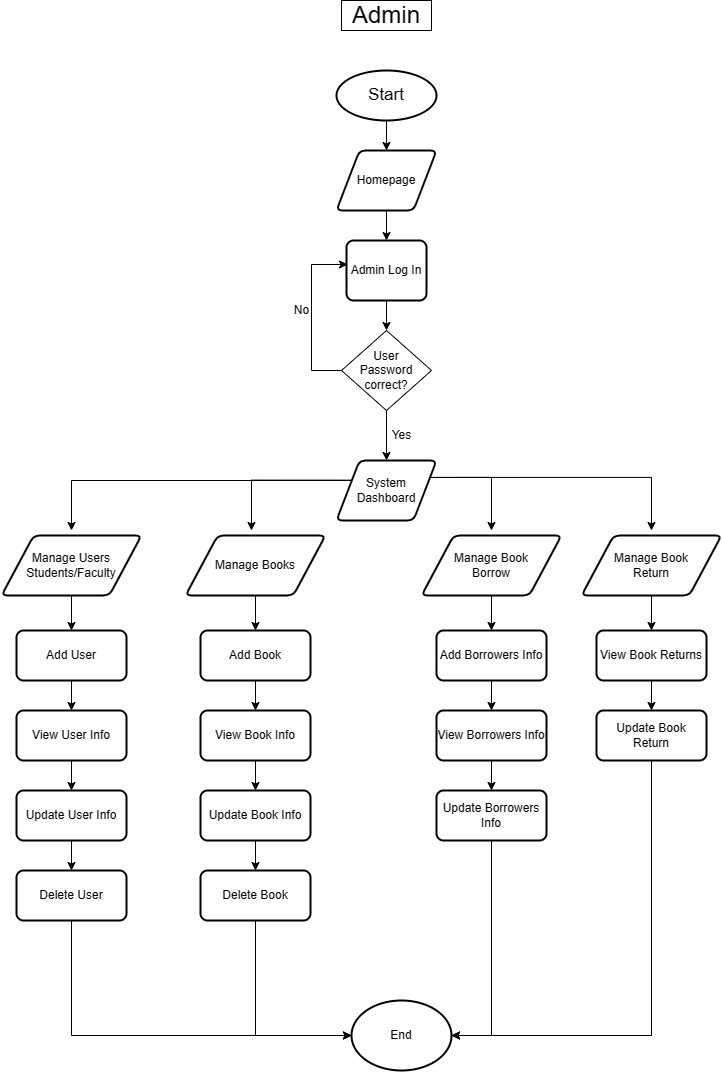
Earlier version of the draw.io export Untitled Diagram.drawio.png (Jayrou12345/Flowchart). Source tidied: cells renumbered, new cells last; positions are measured from the earlier drawing's top-left corner, leaving out a move shared by most shapes.
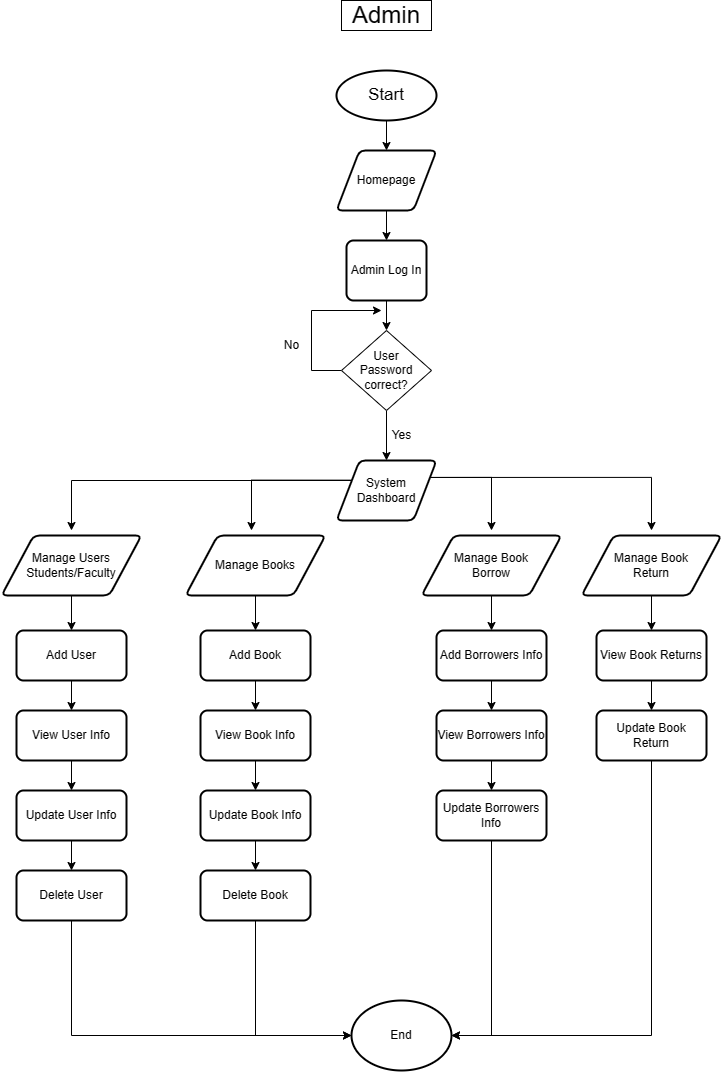
After the change.

What changed in the source:
```diff
@@ -48,11 +48,13 @@
     <mxCell id="13" value="Admin Log In" style="rounded=1;whiteSpace=wrap;html=1;absoluteArcSize=1;arcSize=14;strokeWidth=2;" parent="1" vertex="1">
       <mxGeometry x="345" y="240" width="80" height="60" as="geometry" />
     </mxCell>
-    <mxCell id="14" style="edgeStyle=orthogonalEdgeStyle;rounded=0;jettySize=auto;html=1;exitX=0;exitY=0.5;exitDx=0;exitDy=0;entryX=0.013;entryY=0.4;entryDx=0;entryDy=0;entryPerimeter=0;" parent="1" edge="1" source="16" target="13">
+    <mxCell id="14" style="edgeStyle=orthogonalEdgeStyle;rounded=0;jettySize=auto;html=1;exitX=0;exitY=0.5;exitDx=0;exitDy=0;" parent="1" edge="1" source="16">
       <mxGeometry relative="1" as="geometry">
+        <mxPoint x="380" y="310" as="targetPoint" />
         <Array as="points">
           <mxPoint x="310" y="370" />
-          <mxPoint x="310" y="264" />
+          <mxPoint x="310" y="310" />
+          <mxPoint x="380" y="310" />
         </Array>
       </mxGeometry>
     </mxCell>
@@ -104,7 +106,7 @@
       <mxGeometry y="535" width="140" height="60" as="geometry" />
     </mxCell>
     <mxCell id="24" value="No" style="text;html=1;align=center;verticalAlign=middle;strokeColor=none;fillColor=none;" parent="1" vertex="1">
-      <mxGeometry x="280" y="295" width="40" height="30" as="geometry" />
+      <mxGeometry x="270" y="330" width="40" height="30" as="geometry" />
     </mxCell>
     <mxCell id="25" value="Yes" style="text;html=1;align=center;verticalAlign=middle;strokeColor=none;fillColor=none;" parent="1" vertex="1">
       <mxGeometry x="380" y="420" width="40" height="30" as="geometry" />
```
